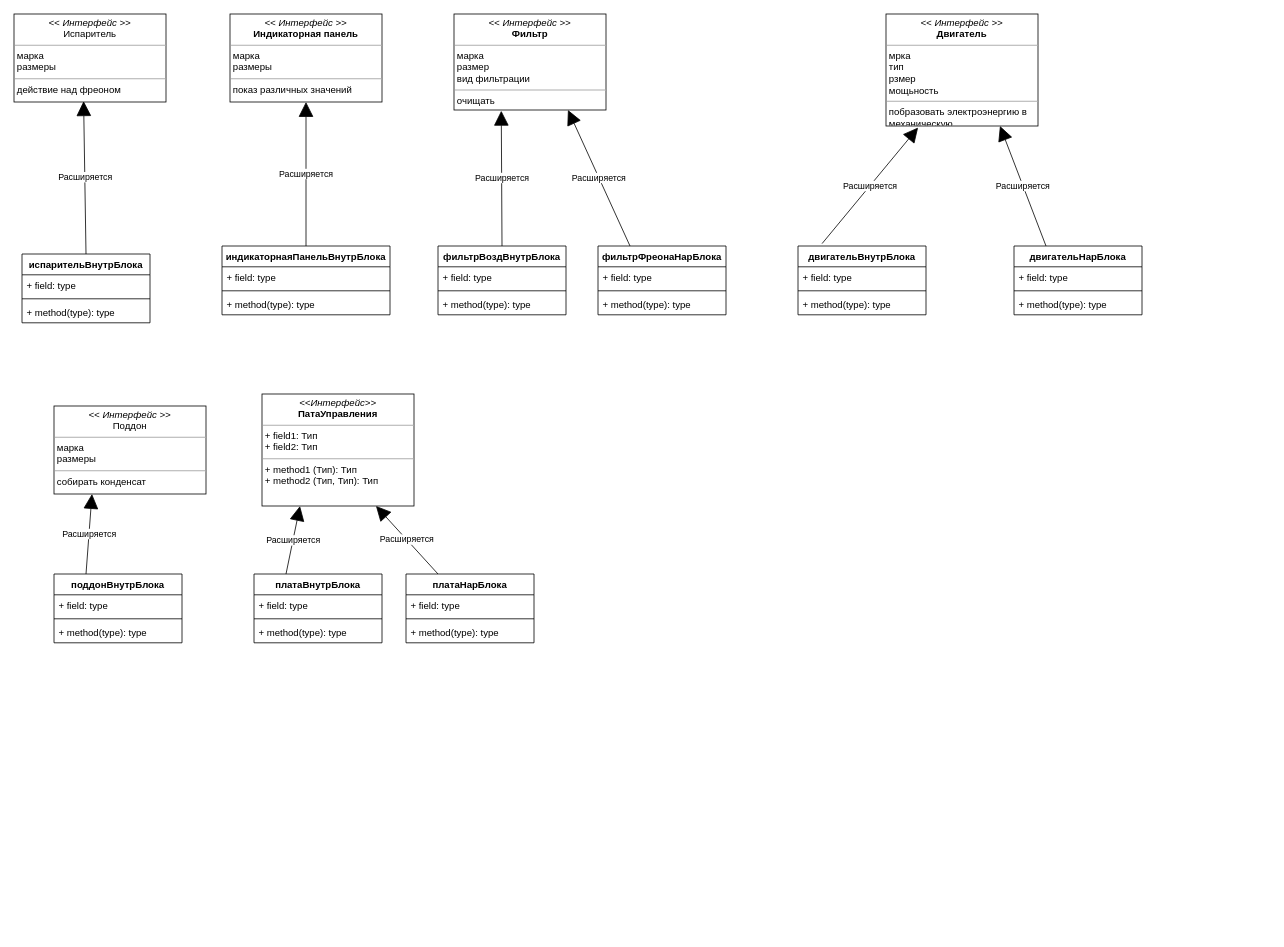
The draw.io diagram ДиагрКлассовКондиционер.drawio in NikolajGrom/Nik, before the edit. Source tidied: cells renumbered, new cells numbered last; positions are measured from the earlier drawing's top-left corner, leaving out a move shared by most shapes. Both pictures are drawn from the tidied source at 80%, with x=0, y=0 at pixel (14, 14).
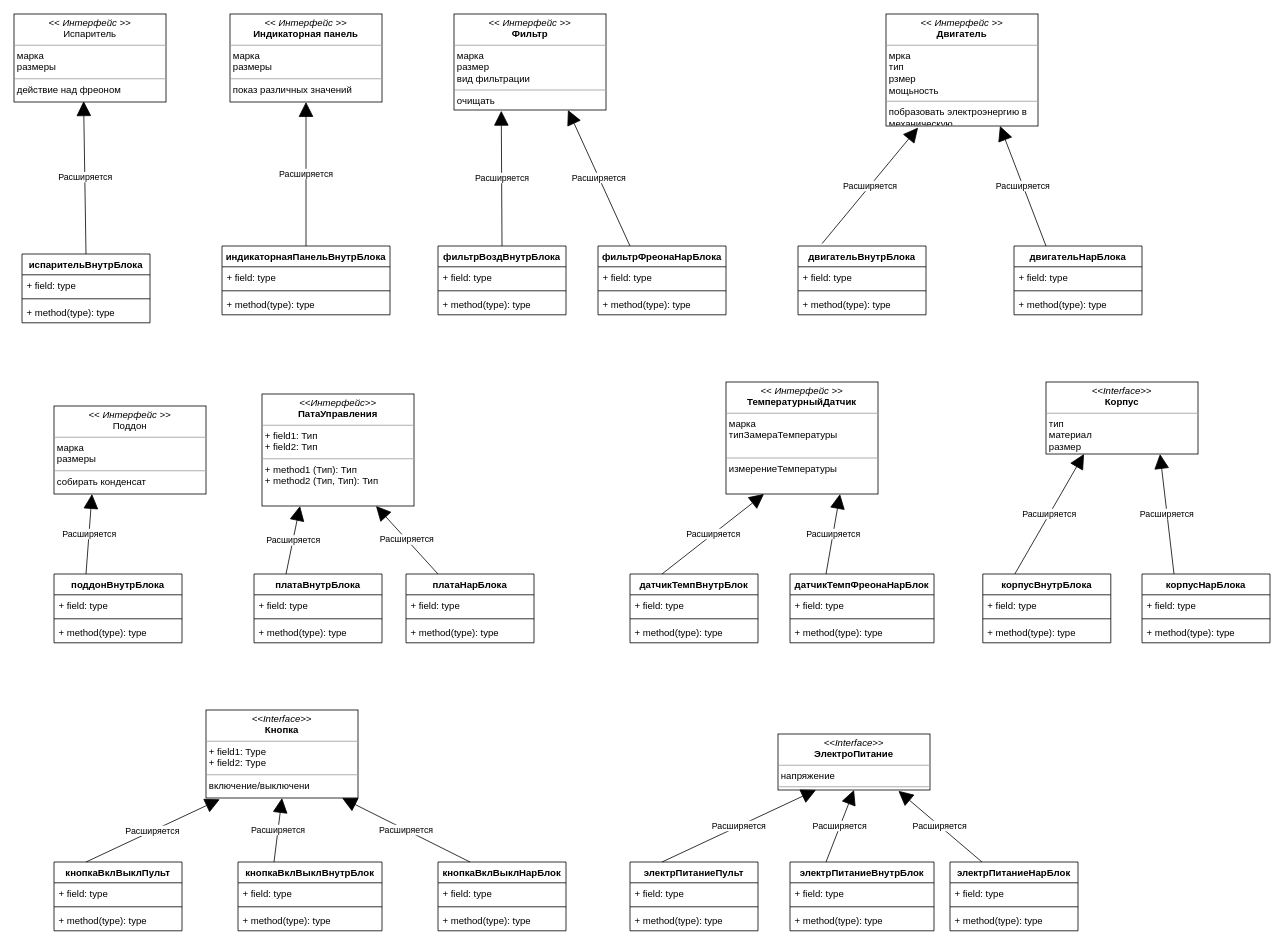
The same page after the edit.

The edit, as a diff of the source:
```diff
@@
+    <mxCell id="53" value="&lt;p style=&quot;margin: 0px ; margin-top: 4px ; text-align: center&quot;&gt;&lt;i&gt;&amp;lt;&amp;lt; Интерфейс &amp;gt;&amp;gt; &lt;/i&gt;&lt;br&gt;&lt;b&gt;ТемпературныйДатчик&lt;/b&gt;&lt;/p&gt;&lt;hr size=&quot;1&quot;&gt;&lt;p style=&quot;margin: 0px ; margin-left: 4px&quot;&gt;марка&lt;/p&gt;&lt;p style=&quot;margin: 0px ; margin-left: 4px&quot;&gt;типЗамераТемпературы&lt;/p&gt;&lt;p style=&quot;margin: 0px ; margin-left: 4px&quot;&gt;&lt;br&gt;&lt;/p&gt;&lt;hr size=&quot;1&quot;&gt;&lt;p style=&quot;margin: 0px ; margin-left: 4px&quot;&gt;измерениеТемпературы&lt;/p&gt;" style="verticalAlign=top;align=left;overflow=fill;fontSize=12;fontFamily=Helvetica;html=1;" parent="1" vertex="1">
+      <mxGeometry x="890" y="460" width="190" height="140" as="geometry" />
+    </mxCell>
+    <mxCell id="54" value="датчикТемпВнутрБлок" style="swimlane;fontStyle=1;align=center;verticalAlign=top;horizontal=1;startSize=26;" parent="1" vertex="1">
+      <mxGeometry x="770" y="700" width="160" height="86" as="geometry" />
+    </mxCell>
+    <mxCell id="55" value="+ field: type" style="text;strokeColor=none;fillColor=none;align=left;verticalAlign=top;spacingLeft=4;spacingRight=4;overflow=hidden;" parent="54" vertex="1">
+      <mxGeometry y="26" width="160" height="26" as="geometry" />
+    </mxCell>
+    <mxCell id="56" style="line;strokeWidth=1;fillColor=none;align=left;verticalAlign=middle;spacingTop=-1;spacingLeft=3;spacingRight=3;labelPosition=right;" parent="54" vertex="1">
+      <mxGeometry y="52" width="160" height="8" as="geometry" />
+    </mxCell>
+    <mxCell id="57" value="+ method(type): type" style="text;strokeColor=none;fillColor=none;align=left;verticalAlign=top;spacingLeft=4;spacingRight=4;overflow=hidden;" parent="54" vertex="1">
+      <mxGeometry y="60" width="160" height="26" as="geometry" />
+    </mxCell>
+    <mxCell id="58" value="датчикТемпФреонаНарБлок" style="swimlane;fontStyle=1;align=center;verticalAlign=top;horizontal=1;startSize=26;" parent="1" vertex="1">
+      <mxGeometry x="970" y="700" width="180" height="86" as="geometry" />
+    </mxCell>
+    <mxCell id="59" value="+ field: type" style="text;strokeColor=none;fillColor=none;align=left;verticalAlign=top;spacingLeft=4;spacingRight=4;overflow=hidden;" parent="58" vertex="1">
+      <mxGeometry y="26" width="180" height="26" as="geometry" />
+    </mxCell>
+    <mxCell id="60" style="line;strokeWidth=1;fillColor=none;align=left;verticalAlign=middle;spacingTop=-1;spacingLeft=3;spacingRight=3;labelPosition=right;" parent="58" vertex="1">
+      <mxGeometry y="52" width="180" height="8" as="geometry" />
+    </mxCell>
+    <mxCell id="61" value="+ method(type): type" style="text;strokeColor=none;fillColor=none;align=left;verticalAlign=top;spacingLeft=4;spacingRight=4;overflow=hidden;" parent="58" vertex="1">
+      <mxGeometry y="60" width="180" height="26" as="geometry" />
+    </mxCell>
+    <mxCell id="62" value="Расширяется" style="endArrow=block;endSize=16;endFill=1;html=1;exitX=0.25;exitY=0;exitDx=0;exitDy=0;entryX=0.25;entryY=1;entryDx=0;entryDy=0;" parent="1" edge="1" source="54" target="53">
+      <mxGeometry relative="1" as="geometry" />
+    </mxCell>
+    <mxCell id="63" value="Расширяется" style="endArrow=block;endSize=16;endFill=1;html=1;exitX=0.25;exitY=0;exitDx=0;exitDy=0;entryX=0.75;entryY=1;entryDx=0;entryDy=0;" parent="1" edge="1" source="58" target="53">
+      <mxGeometry relative="1" as="geometry" />
+    </mxCell>
+    <mxCell id="64" value="&lt;p style=&quot;margin: 0px ; margin-top: 4px ; text-align: center&quot;&gt;&lt;i&gt;&amp;lt;&amp;lt;Interface&amp;gt;&amp;gt;&lt;/i&gt;&lt;br&gt;&lt;b&gt;Корпус&lt;/b&gt;&lt;/p&gt;&lt;hr size=&quot;1&quot;&gt;&lt;p style=&quot;margin: 0px ; margin-left: 4px&quot;&gt;тип&lt;/p&gt;&lt;p style=&quot;margin: 0px ; margin-left: 4px&quot;&gt;материал&lt;/p&gt;&lt;p style=&quot;margin: 0px ; margin-left: 4px&quot;&gt;размер&lt;/p&gt;&lt;hr size=&quot;1&quot;&gt;&lt;p style=&quot;margin: 0px ; margin-left: 4px&quot;&gt;&lt;br&gt;&lt;/p&gt;" style="verticalAlign=top;align=left;overflow=fill;fontSize=12;fontFamily=Helvetica;html=1;" parent="1" vertex="1">
+      <mxGeometry x="1290" y="460" width="190" height="90" as="geometry" />
+    </mxCell>
+    <mxCell id="65" value="корпусВнутрБлока" style="swimlane;fontStyle=1;align=center;verticalAlign=top;horizontal=1;startSize=26;" parent="1" vertex="1">
+      <mxGeometry x="1211" y="700" width="160" height="86" as="geometry" />
+    </mxCell>
+    <mxCell id="66" value="+ field: type" style="text;strokeColor=none;fillColor=none;align=left;verticalAlign=top;spacingLeft=4;spacingRight=4;overflow=hidden;" parent="65" vertex="1">
+      <mxGeometry y="26" width="160" height="26" as="geometry" />
+    </mxCell>
+    <mxCell id="67" style="line;strokeWidth=1;fillColor=none;align=left;verticalAlign=middle;spacingTop=-1;spacingLeft=3;spacingRight=3;labelPosition=right;" parent="65" vertex="1">
+      <mxGeometry y="52" width="160" height="8" as="geometry" />
+    </mxCell>
+    <mxCell id="68" value="+ method(type): type" style="text;strokeColor=none;fillColor=none;align=left;verticalAlign=top;spacingLeft=4;spacingRight=4;overflow=hidden;" parent="65" vertex="1">
+      <mxGeometry y="60" width="160" height="26" as="geometry" />
+    </mxCell>
+    <mxCell id="69" value="корпусНарБлока" style="swimlane;fontStyle=1;align=center;verticalAlign=top;horizontal=1;startSize=26;" parent="1" vertex="1">
+      <mxGeometry x="1410" y="700" width="160" height="86" as="geometry" />
+    </mxCell>
+    <mxCell id="70" value="+ field: type" style="text;strokeColor=none;fillColor=none;align=left;verticalAlign=top;spacingLeft=4;spacingRight=4;overflow=hidden;" parent="69" vertex="1">
+      <mxGeometry y="26" width="160" height="26" as="geometry" />
+    </mxCell>
+    <mxCell id="71" style="line;strokeWidth=1;fillColor=none;align=left;verticalAlign=middle;spacingTop=-1;spacingLeft=3;spacingRight=3;labelPosition=right;" parent="69" vertex="1">
+      <mxGeometry y="52" width="160" height="8" as="geometry" />
+    </mxCell>
+    <mxCell id="72" value="+ method(type): type" style="text;strokeColor=none;fillColor=none;align=left;verticalAlign=top;spacingLeft=4;spacingRight=4;overflow=hidden;" parent="69" vertex="1">
+      <mxGeometry y="60" width="160" height="26" as="geometry" />
+    </mxCell>
+    <mxCell id="73" value="Расширяется" style="endArrow=block;endSize=16;endFill=1;html=1;exitX=0.25;exitY=0;exitDx=0;exitDy=0;entryX=0.25;entryY=1;entryDx=0;entryDy=0;" parent="1" edge="1" source="65" target="64">
+      <mxGeometry relative="1" as="geometry" />
+    </mxCell>
+    <mxCell id="74" value="Расширяется" style="endArrow=block;endSize=16;endFill=1;html=1;exitX=0.25;exitY=0;exitDx=0;exitDy=0;entryX=0.75;entryY=1;entryDx=0;entryDy=0;" parent="1" edge="1" source="69" target="64">
+      <mxGeometry relative="1" as="geometry" />
+    </mxCell>
+    <mxCell id="75" value="&lt;p style=&quot;margin: 0px ; margin-top: 4px ; text-align: center&quot;&gt;&lt;i&gt;&amp;lt;&amp;lt;Interface&amp;gt;&amp;gt;&lt;/i&gt;&lt;br&gt;&lt;b&gt;Кнопка&lt;/b&gt;&lt;/p&gt;&lt;hr size=&quot;1&quot;&gt;&lt;p style=&quot;margin: 0px ; margin-left: 4px&quot;&gt;+ field1: Type&lt;br&gt;+ field2: Type&lt;/p&gt;&lt;hr size=&quot;1&quot;&gt;&lt;p style=&quot;margin: 0px ; margin-left: 4px&quot;&gt;включение/выключени&lt;/p&gt;" style="verticalAlign=top;align=left;overflow=fill;fontSize=12;fontFamily=Helvetica;html=1;" parent="1" vertex="1">
+      <mxGeometry x="240" y="870" width="190" height="110" as="geometry" />
+    </mxCell>
+    <mxCell id="76" value="кнопкаВклВыклПульт" style="swimlane;fontStyle=1;align=center;verticalAlign=top;horizontal=1;startSize=26;" parent="1" vertex="1">
+      <mxGeometry x="50" y="1060" width="160" height="86" as="geometry" />
+    </mxCell>
+    <mxCell id="77" value="+ field: type" style="text;strokeColor=none;fillColor=none;align=left;verticalAlign=top;spacingLeft=4;spacingRight=4;overflow=hidden;" parent="76" vertex="1">
+      <mxGeometry y="26" width="160" height="26" as="geometry" />
+    </mxCell>
+    <mxCell id="78" style="line;strokeWidth=1;fillColor=none;align=left;verticalAlign=middle;spacingTop=-1;spacingLeft=3;spacingRight=3;labelPosition=right;" parent="76" vertex="1">
+      <mxGeometry y="52" width="160" height="8" as="geometry" />
+    </mxCell>
+    <mxCell id="79" value="+ method(type): type" style="text;strokeColor=none;fillColor=none;align=left;verticalAlign=top;spacingLeft=4;spacingRight=4;overflow=hidden;" parent="76" vertex="1">
+      <mxGeometry y="60" width="160" height="26" as="geometry" />
+    </mxCell>
+    <mxCell id="80" value="кнопкаВклВыклВнутрБлок" style="swimlane;fontStyle=1;align=center;verticalAlign=top;horizontal=1;startSize=26;" parent="1" vertex="1">
+      <mxGeometry x="280" y="1060" width="180" height="86" as="geometry" />
+    </mxCell>
+    <mxCell id="81" value="+ field: type" style="text;strokeColor=none;fillColor=none;align=left;verticalAlign=top;spacingLeft=4;spacingRight=4;overflow=hidden;" parent="80" vertex="1">
+      <mxGeometry y="26" width="180" height="26" as="geometry" />
+    </mxCell>
+    <mxCell id="82" style="line;strokeWidth=1;fillColor=none;align=left;verticalAlign=middle;spacingTop=-1;spacingLeft=3;spacingRight=3;labelPosition=right;" parent="80" vertex="1">
+      <mxGeometry y="52" width="180" height="8" as="geometry" />
+    </mxCell>
+    <mxCell id="83" value="+ method(type): type" style="text;strokeColor=none;fillColor=none;align=left;verticalAlign=top;spacingLeft=4;spacingRight=4;overflow=hidden;" parent="80" vertex="1">
+      <mxGeometry y="60" width="180" height="26" as="geometry" />
+    </mxCell>
+    <mxCell id="84" value="кнопкаВклВыклНарБлок" style="swimlane;fontStyle=1;align=center;verticalAlign=top;horizontal=1;startSize=26;" parent="1" vertex="1">
+      <mxGeometry x="530" y="1060" width="160" height="86" as="geometry" />
+    </mxCell>
+    <mxCell id="85" value="+ field: type" style="text;strokeColor=none;fillColor=none;align=left;verticalAlign=top;spacingLeft=4;spacingRight=4;overflow=hidden;" parent="84" vertex="1">
+      <mxGeometry y="26" width="160" height="26" as="geometry" />
+    </mxCell>
+    <mxCell id="86" style="line;strokeWidth=1;fillColor=none;align=left;verticalAlign=middle;spacingTop=-1;spacingLeft=3;spacingRight=3;labelPosition=right;" parent="84" vertex="1">
+      <mxGeometry y="52" width="160" height="8" as="geometry" />
+    </mxCell>
+    <mxCell id="87" value="+ method(type): type" style="text;strokeColor=none;fillColor=none;align=left;verticalAlign=top;spacingLeft=4;spacingRight=4;overflow=hidden;" parent="84" vertex="1">
+      <mxGeometry y="60" width="160" height="26" as="geometry" />
+    </mxCell>
+    <mxCell id="88" value="Расширяется" style="endArrow=block;endSize=16;endFill=1;html=1;exitX=0.25;exitY=0;exitDx=0;exitDy=0;entryX=0.091;entryY=1.015;entryDx=0;entryDy=0;entryPerimeter=0;" parent="1" edge="1" source="76" target="75">
+      <mxGeometry relative="1" as="geometry" />
+    </mxCell>
+    <mxCell id="89" value="Расширяется" style="endArrow=block;endSize=16;endFill=1;html=1;exitX=0.25;exitY=0;exitDx=0;exitDy=0;entryX=0.5;entryY=1;entryDx=0;entryDy=0;" parent="1" edge="1" source="80" target="75">
+      <mxGeometry relative="1" as="geometry" />
+    </mxCell>
+    <mxCell id="90" value="Расширяется" style="endArrow=block;endSize=16;endFill=1;html=1;exitX=0.25;exitY=0;exitDx=0;exitDy=0;entryX=0.895;entryY=1;entryDx=0;entryDy=0;entryPerimeter=0;" parent="1" edge="1" source="84" target="75">
+      <mxGeometry relative="1" as="geometry" />
+    </mxCell>
+    <mxCell id="91" value="&lt;p style=&quot;margin: 0px ; margin-top: 4px ; text-align: center&quot;&gt;&lt;i&gt;&amp;lt;&amp;lt;Interface&amp;gt;&amp;gt;&lt;/i&gt;&lt;br&gt;&lt;b&gt;ЭлектроПитание&lt;/b&gt;&lt;/p&gt;&lt;hr size=&quot;1&quot;&gt;&lt;p style=&quot;margin: 0px ; margin-left: 4px&quot;&gt;напряжение&lt;/p&gt;&lt;hr size=&quot;1&quot;&gt;&lt;p style=&quot;margin: 0px ; margin-left: 4px&quot;&gt;&lt;br&gt;&lt;/p&gt;" style="verticalAlign=top;align=left;overflow=fill;fontSize=12;fontFamily=Helvetica;html=1;" parent="1" vertex="1">
+      <mxGeometry x="955" y="900" width="190" height="70" as="geometry" />
+    </mxCell>
+    <mxCell id="92" value="электрПитаниеПульт" style="swimlane;fontStyle=1;align=center;verticalAlign=top;horizontal=1;startSize=26;" parent="1" vertex="1">
+      <mxGeometry x="770" y="1060" width="160" height="86" as="geometry" />
+    </mxCell>
+    <mxCell id="93" value="+ field: type" style="text;strokeColor=none;fillColor=none;align=left;verticalAlign=top;spacingLeft=4;spacingRight=4;overflow=hidden;" parent="92" vertex="1">
+      <mxGeometry y="26" width="160" height="26" as="geometry" />
+    </mxCell>
+    <mxCell id="94" style="line;strokeWidth=1;fillColor=none;align=left;verticalAlign=middle;spacingTop=-1;spacingLeft=3;spacingRight=3;labelPosition=right;" parent="92" vertex="1">
+      <mxGeometry y="52" width="160" height="8" as="geometry" />
+    </mxCell>
+    <mxCell id="95" value="+ method(type): type" style="text;strokeColor=none;fillColor=none;align=left;verticalAlign=top;spacingLeft=4;spacingRight=4;overflow=hidden;" parent="92" vertex="1">
+      <mxGeometry y="60" width="160" height="26" as="geometry" />
+    </mxCell>
+    <mxCell id="96" value="электрПитаниеВнутрБлок" style="swimlane;fontStyle=1;align=center;verticalAlign=top;horizontal=1;startSize=26;" parent="1" vertex="1">
+      <mxGeometry x="970" y="1060" width="180" height="86" as="geometry" />
+    </mxCell>
+    <mxCell id="97" value="+ field: type" style="text;strokeColor=none;fillColor=none;align=left;verticalAlign=top;spacingLeft=4;spacingRight=4;overflow=hidden;" parent="96" vertex="1">
+      <mxGeometry y="26" width="180" height="26" as="geometry" />
+    </mxCell>
+    <mxCell id="98" style="line;strokeWidth=1;fillColor=none;align=left;verticalAlign=middle;spacingTop=-1;spacingLeft=3;spacingRight=3;labelPosition=right;" parent="96" vertex="1">
+      <mxGeometry y="52" width="180" height="8" as="geometry" />
+    </mxCell>
+    <mxCell id="99" value="+ method(type): type" style="text;strokeColor=none;fillColor=none;align=left;verticalAlign=top;spacingLeft=4;spacingRight=4;overflow=hidden;" parent="96" vertex="1">
+      <mxGeometry y="60" width="180" height="26" as="geometry" />
+    </mxCell>
+    <mxCell id="100" value="электрПитаниеНарБлок" style="swimlane;fontStyle=1;align=center;verticalAlign=top;horizontal=1;startSize=26;" parent="1" vertex="1">
+      <mxGeometry x="1170" y="1060" width="160" height="86" as="geometry" />
+    </mxCell>
+    <mxCell id="101" value="+ field: type" style="text;strokeColor=none;fillColor=none;align=left;verticalAlign=top;spacingLeft=4;spacingRight=4;overflow=hidden;" parent="100" vertex="1">
+      <mxGeometry y="26" width="160" height="26" as="geometry" />
+    </mxCell>
+    <mxCell id="102" style="line;strokeWidth=1;fillColor=none;align=left;verticalAlign=middle;spacingTop=-1;spacingLeft=3;spacingRight=3;labelPosition=right;" parent="100" vertex="1">
+      <mxGeometry y="52" width="160" height="8" as="geometry" />
+    </mxCell>
+    <mxCell id="103" value="+ method(type): type" style="text;strokeColor=none;fillColor=none;align=left;verticalAlign=top;spacingLeft=4;spacingRight=4;overflow=hidden;" parent="100" vertex="1">
+      <mxGeometry y="60" width="160" height="26" as="geometry" />
+    </mxCell>
+    <mxCell id="104" value="Расширяется" style="endArrow=block;endSize=16;endFill=1;html=1;exitX=0.25;exitY=0;exitDx=0;exitDy=0;entryX=0.25;entryY=1;entryDx=0;entryDy=0;" parent="1" edge="1" source="92" target="91">
+      <mxGeometry relative="1" as="geometry" />
+    </mxCell>
+    <mxCell id="105" value="Расширяется" style="endArrow=block;endSize=16;endFill=1;html=1;exitX=0.25;exitY=0;exitDx=0;exitDy=0;entryX=0.5;entryY=1;entryDx=0;entryDy=0;" parent="1" edge="1" source="96" target="91">
+      <mxGeometry relative="1" as="geometry" />
+    </mxCell>
+    <mxCell id="106" value="Расширяется" style="endArrow=block;endSize=16;endFill=1;html=1;exitX=0.25;exitY=0;exitDx=0;exitDy=0;entryX=0.792;entryY=1.015;entryDx=0;entryDy=0;entryPerimeter=0;" parent="1" edge="1" source="100" target="91">
+      <mxGeometry relative="1" as="geometry" />
+    </mxCell>
```
